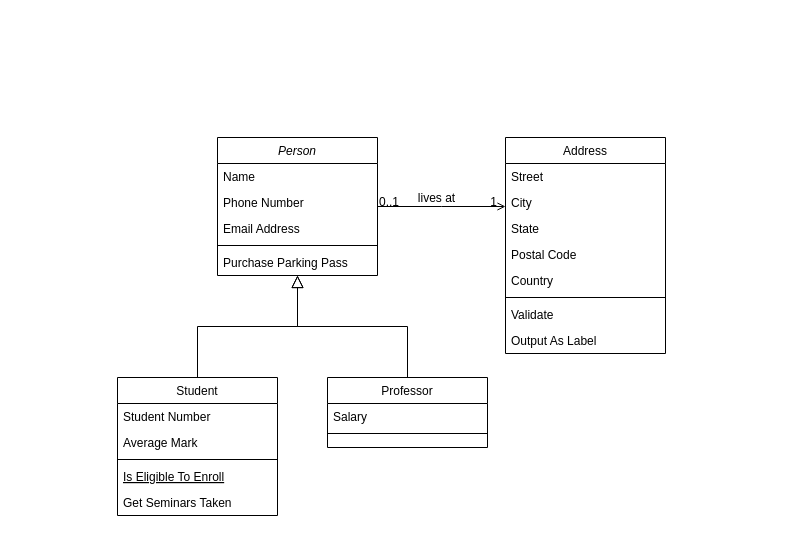
This is Диаграмма без названия.drawio from honeymints/Article-Management-System, a draw.io file, before an edit. Source tidied: cells renumbered, new cells numbered last; positions are measured from the earlier drawing's top-left corner, leaving out a move shared by most shapes. Both pictures are drawn from the tidied source at 100%, with x=0, y=0 at pixel (117, 137).
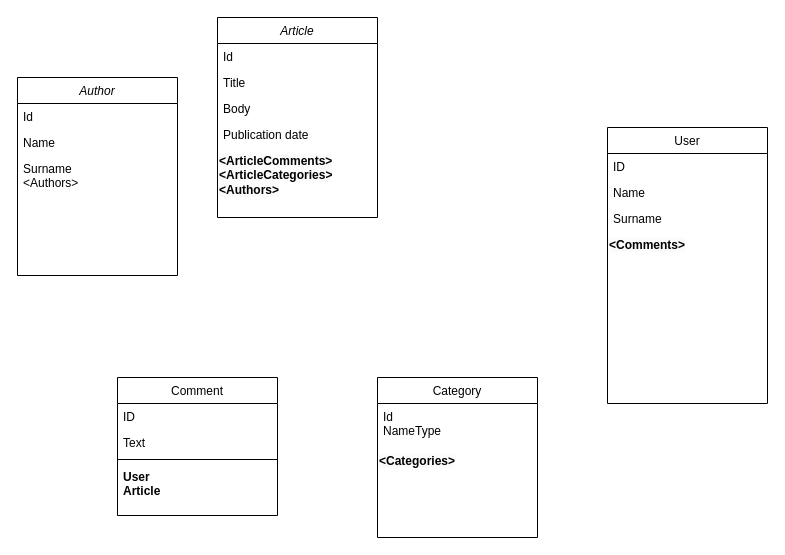
After the change.

Change to the diagram source:
```diff
@@
+    <mxCell id="15" value="Category" style="swimlane;fontStyle=0;align=center;verticalAlign=top;horizontal=1;startSize=26;rounded=0;shadow=0;strokeWidth=1;" parent="1" vertex="1">
+      <mxGeometry x="260" y="240" width="160" height="160" as="geometry" />
+    </mxCell>
+    <mxCell id="16" value="Id&#10;NameType&#10;&#10;" style="text;align=left;verticalAlign=top;spacingLeft=4;spacingRight=4;overflow=hidden;fontStyle=0;" parent="15" vertex="1">
+      <mxGeometry y="26" width="160" height="44" as="geometry" />
+    </mxCell>
+    <mxCell id="32" value="&lt;span style=&quot;color: rgb(0, 0, 0); font-family: Helvetica; font-size: 12px; font-style: normal; font-variant-ligatures: normal; font-variant-caps: normal; letter-spacing: normal; orphans: 2; text-align: left; text-indent: 0px; text-transform: none; widows: 2; word-spacing: 0px; -webkit-text-stroke-width: 0px; background-color: rgb(251, 251, 251); text-decoration-thickness: initial; text-decoration-style: initial; text-decoration-color: initial; float: none; display: inline !important;&quot;&gt;&lt;b&gt;&amp;lt;Categories&amp;gt;&lt;/b&gt;&lt;/span&gt;" style="text;whiteSpace=wrap;html=1;" parent="15" vertex="1">
+      <mxGeometry y="70" width="160" height="40" as="geometry" />
+    </mxCell>
+    <mxCell id="33" style="edgeStyle=orthogonalEdgeStyle;rounded=0;orthogonalLoop=1;jettySize=auto;html=1;exitX=0.5;exitY=1;exitDx=0;exitDy=0;" parent="15" edge="1" source="32" target="32">
+      <mxGeometry relative="1" as="geometry" />
+    </mxCell>
-    <mxCell id="2" value="Person" style="swimlane;fontStyle=2;align=center;verticalAlign=top;horizontal=1;startSize=26;rounded=0;shadow=0;strokeWidth=1;" parent="1" vertex="1">
-      <mxGeometry x="100" width="160" height="138" as="geometry" />
+    <mxCell id="2" value="Article" style="swimlane;fontStyle=2;align=center;verticalAlign=top;horizontal=1;startSize=26;rounded=0;shadow=0;strokeWidth=1;" parent="1" vertex="1">
+      <mxGeometry x="100" y="-120" width="160" height="200" as="geometry" />
     </mxCell>
-    <mxCell id="3" value="Name" style="text;align=left;verticalAlign=top;spacingLeft=4;spacingRight=4;overflow=hidden;" parent="2" vertex="1">
+    <mxCell id="3" value="Id" style="text;align=left;verticalAlign=top;spacingLeft=4;spacingRight=4;overflow=hidden;" parent="2" vertex="1">
       <mxGeometry y="26" width="160" height="26" as="geometry" />
     </mxCell>
-    <mxCell id="4" value="Phone Number" style="text;align=left;verticalAlign=top;spacingLeft=4;spacingRight=4;overflow=hidden;rounded=0;shadow=0;html=0;" parent="2" vertex="1">
+    <mxCell id="4" value="Title" style="text;align=left;verticalAlign=top;spacingLeft=4;spacingRight=4;overflow=hidden;rounded=0;shadow=0;html=0;" parent="2" vertex="1">
       <mxGeometry y="52" width="160" height="26" as="geometry" />
     </mxCell>
-    <mxCell id="5" value="Email Address" style="text;align=left;verticalAlign=top;spacingLeft=4;spacingRight=4;overflow=hidden;rounded=0;shadow=0;html=0;" parent="2" vertex="1">
+    <mxCell id="5" value="Body" style="text;align=left;verticalAlign=top;spacingLeft=4;spacingRight=4;overflow=hidden;rounded=0;shadow=0;html=0;" parent="2" vertex="1">
       <mxGeometry y="78" width="160" height="26" as="geometry" />
     </mxCell>
-    <mxCell id="6" style="line;html=1;strokeWidth=1;align=left;verticalAlign=middle;spacingTop=-1;spacingLeft=3;spacingRight=3;labelPosition=right;" parent="2" vertex="1">
-      <mxGeometry y="104" width="160" height="8" as="geometry" />
-    </mxCell>
-    <mxCell id="7" value="Purchase Parking Pass" style="text;align=left;verticalAlign=top;spacingLeft=4;spacingRight=4;overflow=hidden;" parent="2" vertex="1">
-      <mxGeometry y="112" width="160" height="26" as="geometry" />
+    <mxCell id="7" value="Publication date&#10;" style="text;align=left;verticalAlign=top;spacingLeft=4;spacingRight=4;overflow=hidden;" parent="2" vertex="1">
+      <mxGeometry y="104" width="160" height="26" as="geometry" />
     </mxCell>
+    <mxCell id="34" value="&lt;span style=&quot;color: rgb(0, 0, 0); font-family: Helvetica; font-size: 12px; font-style: normal; font-variant-ligatures: normal; font-variant-caps: normal; letter-spacing: normal; orphans: 2; text-align: left; text-indent: 0px; text-transform: none; widows: 2; word-spacing: 0px; -webkit-text-stroke-width: 0px; background-color: rgb(251, 251, 251); text-decoration-thickness: initial; text-decoration-style: initial; text-decoration-color: initial; float: none; display: inline !important;&quot;&gt;&amp;lt;ArticleComments&amp;gt;&lt;/span&gt;&lt;br style=&quot;border-color: var(--border-color); padding: 0px; margin: 0px; color: rgb(0, 0, 0); font-family: Helvetica; font-size: 12px; font-style: normal; font-variant-ligatures: normal; font-variant-caps: normal; letter-spacing: normal; orphans: 2; text-align: left; text-indent: 0px; text-transform: none; widows: 2; word-spacing: 0px; -webkit-text-stroke-width: 0px; background-color: rgb(251, 251, 251); text-decoration-thickness: initial; text-decoration-style: initial; text-decoration-color: initial;&quot;&gt;&lt;span style=&quot;color: rgb(0, 0, 0); font-family: Helvetica; font-size: 12px; font-style: normal; font-variant-ligatures: normal; font-variant-caps: normal; letter-spacing: normal; orphans: 2; text-align: left; text-indent: 0px; text-transform: none; widows: 2; word-spacing: 0px; -webkit-text-stroke-width: 0px; background-color: rgb(251, 251, 251); text-decoration-thickness: initial; text-decoration-style: initial; text-decoration-color: initial; float: none; display: inline !important;&quot;&gt;&amp;lt;ArticleCategories&amp;gt;&lt;/span&gt;&lt;br style=&quot;border-color: var(--border-color); padding: 0px; margin: 0px; color: rgb(0, 0, 0); font-family: Helvetica; font-size: 12px; font-style: normal; font-variant-ligatures: normal; font-variant-caps: normal; letter-spacing: normal; orphans: 2; text-align: left; text-indent: 0px; text-transform: none; widows: 2; word-spacing: 0px; -webkit-text-stroke-width: 0px; background-color: rgb(251, 251, 251); text-decoration-thickness: initial; text-decoration-style: initial; text-decoration-color: initial;&quot;&gt;&lt;span style=&quot;color: rgb(0, 0, 0); font-family: Helvetica; font-size: 12px; font-style: normal; font-variant-ligatures: normal; font-variant-caps: normal; letter-spacing: normal; orphans: 2; text-align: left; text-indent: 0px; text-transform: none; widows: 2; word-spacing: 0px; -webkit-text-stroke-width: 0px; background-color: rgb(251, 251, 251); text-decoration-thickness: initial; text-decoration-style: initial; text-decoration-color: initial; float: none; display: inline !important;&quot;&gt;&amp;lt;Authors&amp;gt;&lt;/span&gt;" style="text;whiteSpace=wrap;html=1;fontStyle=1;" parent="2" vertex="1">
+      <mxGeometry y="130" width="160" height="70" as="geometry" />
+    </mxCell>
-    <mxCell id="8" value="Student" style="swimlane;fontStyle=0;align=center;verticalAlign=top;horizontal=1;startSize=26;rounded=0;shadow=0;strokeWidth=1;" parent="1" vertex="1">
+    <mxCell id="8" value="Comment" style="swimlane;fontStyle=0;align=center;verticalAlign=top;horizontal=1;startSize=26;rounded=0;shadow=0;strokeWidth=1;" parent="1" vertex="1">
       <mxGeometry y="240" width="160" height="138" as="geometry" />
     </mxCell>
-    <mxCell id="9" value="Student Number" style="text;align=left;verticalAlign=top;spacingLeft=4;spacingRight=4;overflow=hidden;" parent="8" vertex="1">
+    <mxCell id="9" value="ID" style="text;align=left;verticalAlign=top;spacingLeft=4;spacingRight=4;overflow=hidden;" parent="8" vertex="1">
       <mxGeometry y="26" width="160" height="26" as="geometry" />
     </mxCell>
-    <mxCell id="10" value="Average Mark" style="text;align=left;verticalAlign=top;spacingLeft=4;spacingRight=4;overflow=hidden;rounded=0;shadow=0;html=0;" parent="8" vertex="1">
+    <mxCell id="10" value="Text" style="text;align=left;verticalAlign=top;spacingLeft=4;spacingRight=4;overflow=hidden;rounded=0;shadow=0;html=0;" parent="8" vertex="1">
       <mxGeometry y="52" width="160" height="26" as="geometry" />
     </mxCell>
@@
-    <mxCell id="12" value="Is Eligible To Enroll" style="text;align=left;verticalAlign=top;spacingLeft=4;spacingRight=4;overflow=hidden;fontStyle=4;" parent="8" vertex="1">
-      <mxGeometry y="86" width="160" height="26" as="geometry" />
-    </mxCell>
-    <mxCell id="13" value="Get Seminars Taken" style="text;align=left;verticalAlign=top;spacingLeft=4;spacingRight=4;overflow=hidden;" parent="8" vertex="1">
-      <mxGeometry y="112" width="160" height="26" as="geometry" />
+    <mxCell id="13" value="User&#10;Article" style="text;align=left;verticalAlign=top;spacingLeft=4;spacingRight=4;overflow=hidden;fontStyle=1;" parent="8" vertex="1">
+      <mxGeometry y="86" width="160" height="44" as="geometry" />
     </mxCell>
-    <mxCell id="14" style="endArrow=block;endSize=10;endFill=0;shadow=0;strokeWidth=1;rounded=0;edgeStyle=elbowEdgeStyle;elbow=vertical;" parent="1" edge="1" source="8" target="2">
-      <mxGeometry relative="1" as="geometry" />
-    </mxCell>
-    <mxCell id="15" value="Professor" style="swimlane;fontStyle=0;align=center;verticalAlign=top;horizontal=1;startSize=26;rounded=0;shadow=0;strokeWidth=1;" parent="1" vertex="1">
-      <mxGeometry x="210" y="240" width="160" height="70" as="geometry" />
-    </mxCell>
-    <mxCell id="16" value="Salary" style="text;align=left;verticalAlign=top;spacingLeft=4;spacingRight=4;overflow=hidden;" parent="15" vertex="1">
-      <mxGeometry y="26" width="160" height="26" as="geometry" />
-    </mxCell>
-    <mxCell id="17" style="line;html=1;strokeWidth=1;align=left;verticalAlign=middle;spacingTop=-1;spacingLeft=3;spacingRight=3;labelPosition=right;" parent="15" vertex="1">
-      <mxGeometry y="52" width="160" height="8" as="geometry" />
-    </mxCell>
-    <mxCell id="18" style="endArrow=block;endSize=10;endFill=0;shadow=0;strokeWidth=1;rounded=0;edgeStyle=elbowEdgeStyle;elbow=vertical;" parent="1" edge="1" source="15" target="2">
-      <mxGeometry relative="1" as="geometry" />
-    </mxCell>
-    <mxCell id="19" value="Address" style="swimlane;fontStyle=0;align=center;verticalAlign=top;horizontal=1;startSize=26;rounded=0;shadow=0;strokeWidth=1;" parent="1" vertex="1">
-      <mxGeometry x="388" width="160" height="216" as="geometry" />
+    <mxCell id="19" value="User" style="swimlane;fontStyle=0;align=center;verticalAlign=top;horizontal=1;startSize=26;rounded=0;shadow=0;strokeWidth=1;" parent="1" vertex="1">
+      <mxGeometry x="490" y="-10" width="160" height="276" as="geometry" />
     </mxCell>
-    <mxCell id="20" value="Street" style="text;align=left;verticalAlign=top;spacingLeft=4;spacingRight=4;overflow=hidden;" parent="19" vertex="1">
+    <mxCell id="20" value="ID" style="text;align=left;verticalAlign=top;spacingLeft=4;spacingRight=4;overflow=hidden;" parent="19" vertex="1">
       <mxGeometry y="26" width="160" height="26" as="geometry" />
     </mxCell>
-    <mxCell id="21" value="City" style="text;align=left;verticalAlign=top;spacingLeft=4;spacingRight=4;overflow=hidden;rounded=0;shadow=0;html=0;" parent="19" vertex="1">
+    <mxCell id="21" value="Name" style="text;align=left;verticalAlign=top;spacingLeft=4;spacingRight=4;overflow=hidden;rounded=0;shadow=0;html=0;" parent="19" vertex="1">
       <mxGeometry y="52" width="160" height="26" as="geometry" />
     </mxCell>
-    <mxCell id="22" value="State" style="text;align=left;verticalAlign=top;spacingLeft=4;spacingRight=4;overflow=hidden;rounded=0;shadow=0;html=0;" parent="19" vertex="1">
+    <mxCell id="22" value="Surname" style="text;align=left;verticalAlign=top;spacingLeft=4;spacingRight=4;overflow=hidden;rounded=0;shadow=0;html=0;" parent="19" vertex="1">
       <mxGeometry y="78" width="160" height="26" as="geometry" />
     </mxCell>
-    <mxCell id="23" value="Postal Code" style="text;align=left;verticalAlign=top;spacingLeft=4;spacingRight=4;overflow=hidden;rounded=0;shadow=0;html=0;" parent="19" vertex="1">
-      <mxGeometry y="104" width="160" height="26" as="geometry" />
-    </mxCell>
-    <mxCell id="24" value="Country" style="text;align=left;verticalAlign=top;spacingLeft=4;spacingRight=4;overflow=hidden;rounded=0;shadow=0;html=0;" parent="19" vertex="1">
-      <mxGeometry y="130" width="160" height="26" as="geometry" />
-    </mxCell>
-    <mxCell id="25" style="line;html=1;strokeWidth=1;align=left;verticalAlign=middle;spacingTop=-1;spacingLeft=3;spacingRight=3;labelPosition=right;" parent="19" vertex="1">
-      <mxGeometry y="156" width="160" height="8" as="geometry" />
-    </mxCell>
-    <mxCell id="26" value="Validate" style="text;align=left;verticalAlign=top;spacingLeft=4;spacingRight=4;overflow=hidden;" parent="19" vertex="1">
-      <mxGeometry y="164" width="160" height="26" as="geometry" />
-    </mxCell>
-    <mxCell id="27" value="Output As Label" style="text;align=left;verticalAlign=top;spacingLeft=4;spacingRight=4;overflow=hidden;" parent="19" vertex="1">
-      <mxGeometry y="190" width="160" height="26" as="geometry" />
-    </mxCell>
-    <mxCell id="28" style="endArrow=open;shadow=0;strokeWidth=1;rounded=0;endFill=1;edgeStyle=elbowEdgeStyle;elbow=vertical;" parent="1" edge="1" source="2" target="19">
-      <mxGeometry x="0.5" y="41" relative="1" as="geometry">
-        <mxPoint x="-40" y="32" as="offset" />
-      </mxGeometry>
-    </mxCell>
-    <mxCell id="29" value="0..1" style="align=left;verticalAlign=bottom;labelBackgroundColor=none;fontSize=12;" parent="28" vertex="1">
-      <mxGeometry x="-1" relative="1" as="geometry">
-        <mxPoint y="4" as="offset" />
-      </mxGeometry>
-    </mxCell>
-    <mxCell id="30" value="1" style="align=right;verticalAlign=bottom;labelBackgroundColor=none;fontSize=12;" parent="28" vertex="1">
-      <mxGeometry x="1" relative="1" as="geometry">
-        <mxPoint x="-7" y="4" as="offset" />
-      </mxGeometry>
-    </mxCell>
-    <mxCell id="31" value="lives at" style="text;html=1;align=center;verticalAlign=middle;labelBackgroundColor=none;rounded=0;shadow=0;strokeWidth=1;fontSize=12;" parent="28" vertex="1">
-      <mxGeometry x="0.5" y="49" relative="1" as="geometry">
-        <mxPoint x="-38" y="40" as="offset" />
-      </mxGeometry>
-    </mxCell>
+    <mxCell id="35" value="&lt;span style=&quot;color: rgb(0, 0, 0); font-family: Helvetica; font-size: 12px; font-style: normal; font-variant-ligatures: normal; font-variant-caps: normal; letter-spacing: normal; orphans: 2; text-align: left; text-indent: 0px; text-transform: none; widows: 2; word-spacing: 0px; -webkit-text-stroke-width: 0px; background-color: rgb(251, 251, 251); text-decoration-thickness: initial; text-decoration-style: initial; text-decoration-color: initial; float: none; display: inline !important;&quot;&gt;&amp;lt;Comments&amp;gt;&lt;/span&gt;&lt;br style=&quot;border-color: var(--border-color); padding: 0px; margin: 0px; color: rgb(0, 0, 0); font-family: Helvetica; font-size: 12px; font-style: normal; font-variant-ligatures: normal; font-variant-caps: normal; letter-spacing: normal; orphans: 2; text-align: left; text-indent: 0px; text-transform: none; widows: 2; word-spacing: 0px; -webkit-text-stroke-width: 0px; background-color: rgb(251, 251, 251); text-decoration-thickness: initial; text-decoration-style: initial; text-decoration-color: initial;&quot;&gt;" style="text;whiteSpace=wrap;html=1;fontStyle=1;" parent="19" vertex="1">
+      <mxGeometry y="104" width="160" height="26" as="geometry" />
+    </mxCell>
+    <mxCell id="36" value="Author" style="swimlane;fontStyle=2;align=center;verticalAlign=top;horizontal=1;startSize=26;rounded=0;shadow=0;strokeWidth=1;" parent="1" vertex="1">
+      <mxGeometry x="-100" y="-60" width="160" height="198" as="geometry" />
+    </mxCell>
+    <mxCell id="37" value="Id" style="text;align=left;verticalAlign=top;spacingLeft=4;spacingRight=4;overflow=hidden;" parent="36" vertex="1">
+      <mxGeometry y="26" width="160" height="26" as="geometry" />
+    </mxCell>
+    <mxCell id="38" value="Name" style="text;align=left;verticalAlign=top;spacingLeft=4;spacingRight=4;overflow=hidden;rounded=0;shadow=0;html=0;" parent="36" vertex="1">
+      <mxGeometry y="52" width="160" height="26" as="geometry" />
+    </mxCell>
+    <mxCell id="39" value="Surname&#10;&lt;Authors&gt;" style="text;align=left;verticalAlign=top;spacingLeft=4;spacingRight=4;overflow=hidden;rounded=0;shadow=0;html=0;" parent="36" vertex="1">
+      <mxGeometry y="78" width="160" height="62" as="geometry" />
+    </mxCell>
```
